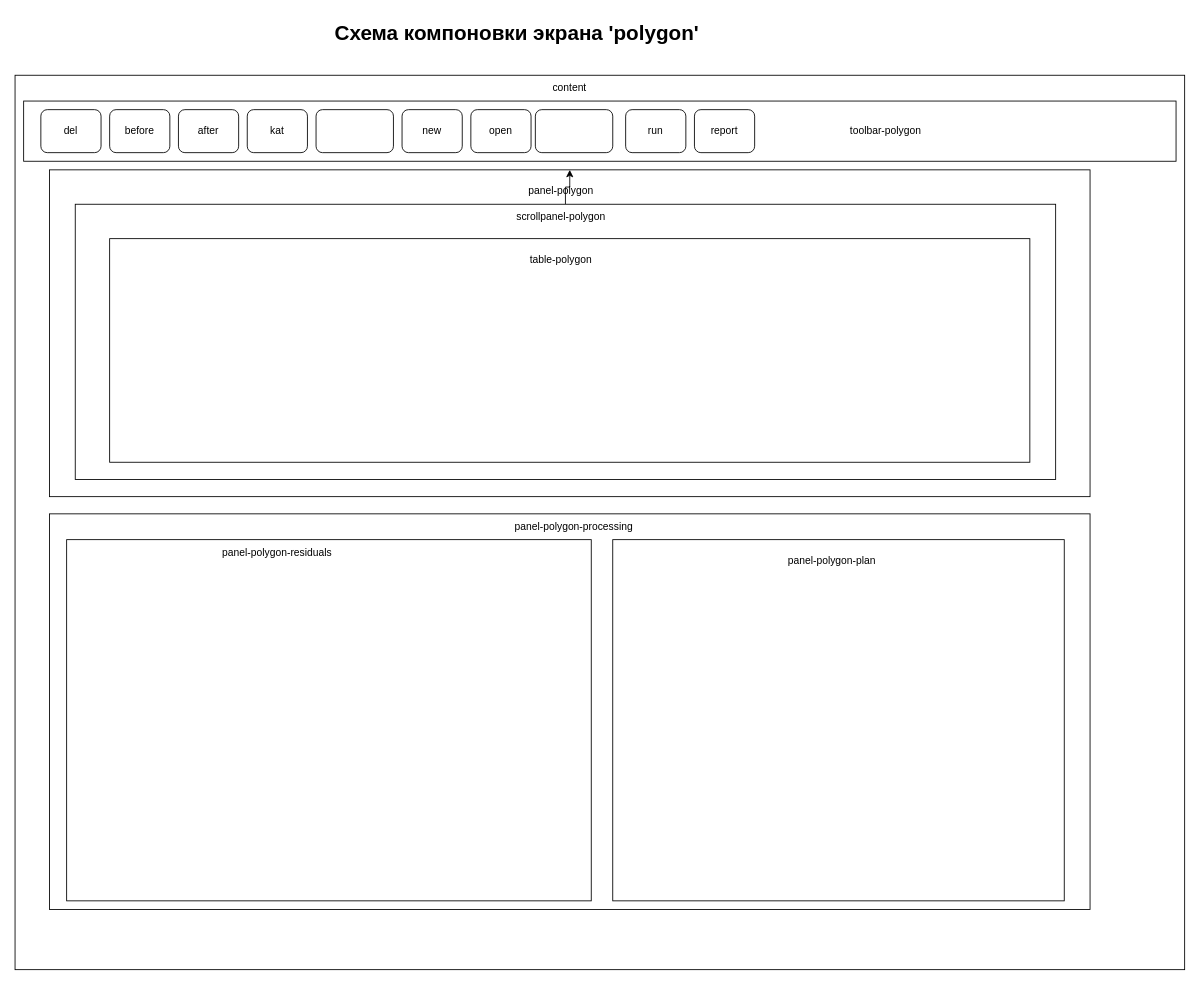
Earlier version of the draw.io diagram web-client/screens/polygon/polygon.drawio (AndrewNizovkin/geocalculator). Source tidied: cells renumbered, new cells numbered last; positions are measured from the earlier drawing's top-left corner, leaving out a move shared by most shapes. Both pictures are drawn from the tidied source at 86%, with x=0, y=0 at pixel (15, 15).
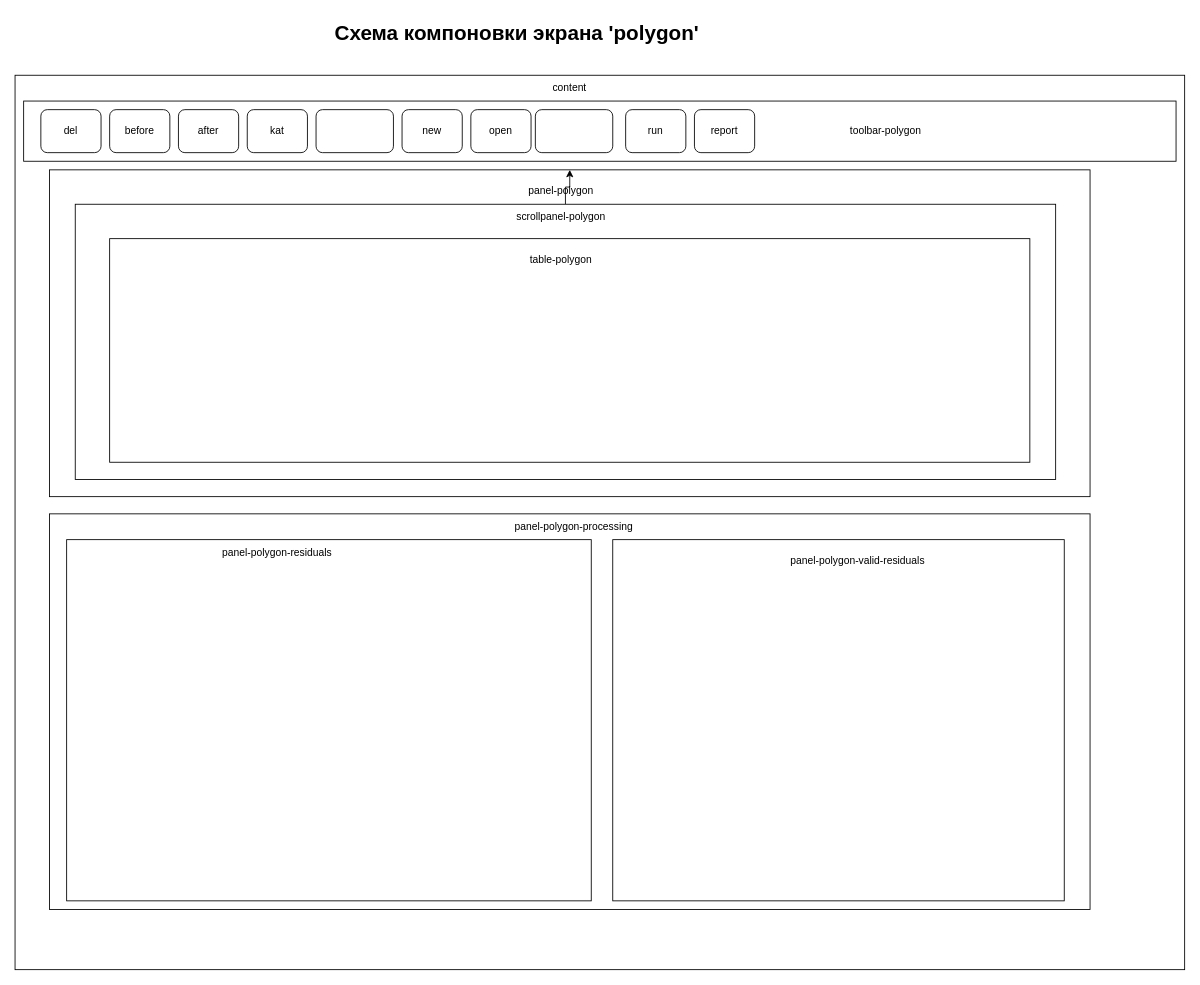
Above is the later version.

The edit, as a diff of the source:
```diff
@@
-    <mxCell id="14" value="panel-polygon-plan" style="text;html=1;whiteSpace=wrap;strokeColor=none;fillColor=none;align=center;verticalAlign=middle;rounded=0;" parent="1" vertex="1">
-      <mxGeometry x="890" y="620" width="120" height="30" as="geometry" />
+    <mxCell id="14" value="panel-polygon-valid-residuals" style="text;html=1;whiteSpace=wrap;strokeColor=none;fillColor=none;align=center;verticalAlign=middle;rounded=0;" parent="1" vertex="1">
+      <mxGeometry x="890" y="620" width="180" height="30" as="geometry" />
     </mxCell>
```
